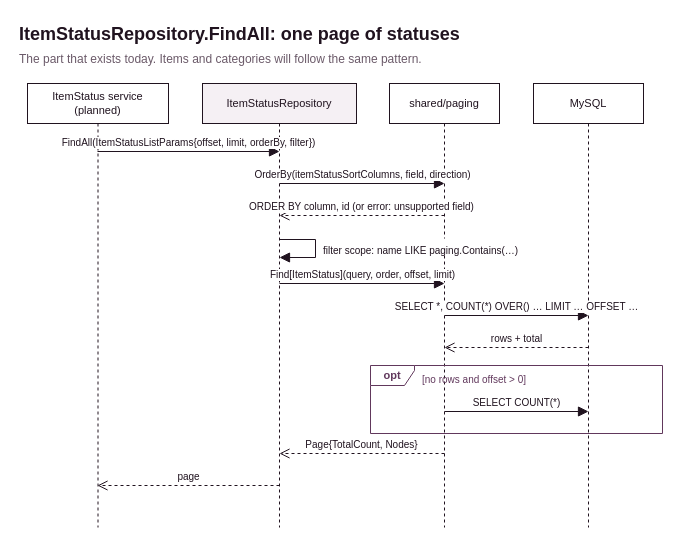
The draw.io diagram page "List item statuses" (5 of 5) of services/item-service/docs/item-service.drawio in jochem11/inventory-manager, before the edit. Source tidied: cells renumbered, new cells numbered last; positions are measured from the earlier drawing's top-left corner, leaving out a move shared by most shapes. Both pictures are drawn from the tidied source at 100%, with x=0, y=0 at pixel (17, 17).
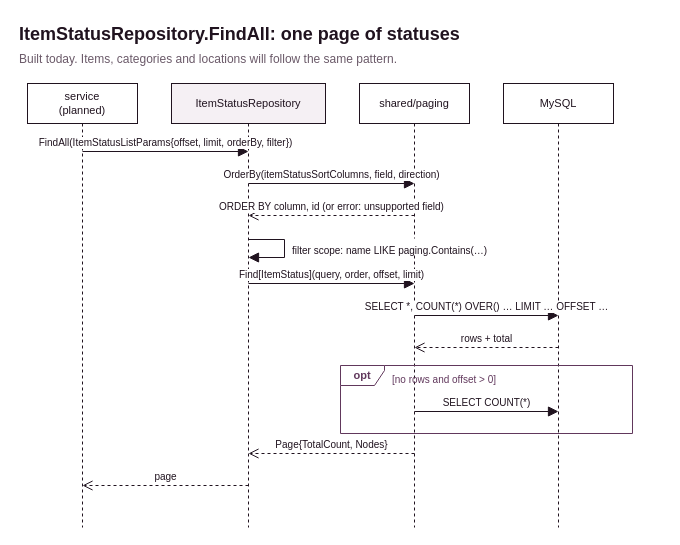
The same page after the edit.

What changed in the source:
```diff
@@
-    <mxCell id="2" value="ItemStatus service&lt;br&gt;(planned)" style="shape=umlLifeline;perimeter=lifelinePerimeter;whiteSpace=wrap;html=1;size=40;fillColor=#ffffff;strokeColor=#20131f;fontSize=11;fontColor=#20131f;fontFamily=Helvetica;" parent="1" vertex="1">
-      <mxGeometry x="10" y="66" width="141" height="444" as="geometry" />
+    <mxCell id="2" value="service&lt;br&gt;(planned)" style="shape=umlLifeline;perimeter=lifelinePerimeter;whiteSpace=wrap;html=1;size=40;fillColor=#ffffff;strokeColor=#20131f;fontSize=11;fontColor=#20131f;fontFamily=Helvetica;" parent="1" vertex="1">
+      <mxGeometry x="10" y="66" width="110" height="444" as="geometry" />
     </mxCell>
     <mxCell id="3" value="ItemStatusRepository" style="shape=umlLifeline;perimeter=lifelinePerimeter;whiteSpace=wrap;html=1;size=40;fillColor=#f5f0f4;strokeColor=#20131f;fontSize=11;fontColor=#20131f;fontFamily=Helvetica;" parent="1" vertex="1">
-      <mxGeometry x="185" y="66" width="154" height="444" as="geometry" />
+      <mxGeometry x="154" y="66" width="154" height="444" as="geometry" />
     </mxCell>
     <mxCell id="4" value="shared/paging" style="shape=umlLifeline;perimeter=lifelinePerimeter;whiteSpace=wrap;html=1;size=40;fillColor=#ffffff;strokeColor=#20131f;fontSize=11;fontColor=#20131f;fontFamily=Helvetica;" parent="1" vertex="1">
-      <mxGeometry x="372" y="66" width="110" height="444" as="geometry" />
+      <mxGeometry x="342" y="66" width="110" height="444" as="geometry" />
     </mxCell>
     <mxCell id="5" value="MySQL" style="shape=umlLifeline;perimeter=lifelinePerimeter;whiteSpace=wrap;html=1;size=40;fillColor=#ffffff;strokeColor=#20131f;fontSize=11;fontColor=#20131f;fontFamily=Helvetica;" parent="1" vertex="1">
-      <mxGeometry x="516" y="66" width="110" height="444" as="geometry" />
+      <mxGeometry x="486" y="66" width="110" height="444" as="geometry" />
     </mxCell>
     <mxCell id="6" value="opt" style="shape=umlFrame;whiteSpace=wrap;html=1;width=44;height=20;fillColor=none;strokeColor=#61385c;fontSize=11;fontStyle=1;fontColor=#61385c;fontFamily=Helvetica;" parent="1" vertex="1">
-      <mxGeometry x="353" y="348" width="292" height="68" as="geometry" />
+      <mxGeometry x="323" y="348" width="292" height="68" as="geometry" />
     </mxCell>
     <mxCell id="7" value="FindAll(ItemStatusListParams{offset, limit, orderBy, filter})" style="html=1;endArrow=block;endFill=1;endSize=8;rounded=0;fontSize=10;strokeColor=#20131f;fontColor=#20131f;labelBackgroundColor=#ffffff;verticalAlign=bottom;fontFamily=Helvetica;" parent="1" edge="1">
       <mxGeometry relative="1" as="geometry">
-        <mxPoint x="80" y="134" as="sourcePoint" />
-        <mxPoint x="262" y="134" as="targetPoint" />
+        <mxPoint x="65" y="134" as="sourcePoint" />
+        <mxPoint x="231" y="134" as="targetPoint" />
       </mxGeometry>
     </mxCell>
     <mxCell id="8" value="OrderBy(itemStatusSortColumns, field, direction)" style="html=1;endArrow=block;endFill=1;endSize=8;rounded=0;fontSize=10;strokeColor=#20131f;fontColor=#20131f;labelBackgroundColor=#ffffff;verticalAlign=bottom;fontFamily=Helvetica;" parent="1" edge="1">
       <mxGeometry relative="1" as="geometry">
-        <mxPoint x="262" y="166" as="sourcePoint" />
-        <mxPoint x="427" y="166" as="targetPoint" />
+        <mxPoint x="231" y="166" as="sourcePoint" />
+        <mxPoint x="397" y="166" as="targetPoint" />
       </mxGeometry>
     </mxCell>
     <mxCell id="9" value="ORDER BY column, id  (or error: unsupported field)" style="html=1;endArrow=open;endSize=8;dashed=1;rounded=0;fontSize=10;strokeColor=#20131f;fontColor=#20131f;labelBackgroundColor=#ffffff;verticalAlign=bottom;fontFamily=Helvetica;" parent="1" edge="1">
       <mxGeometry relative="1" as="geometry">
-        <mxPoint x="427" y="198" as="sourcePoint" />
-        <mxPoint x="262" y="198" as="targetPoint" />
+        <mxPoint x="397" y="198" as="sourcePoint" />
+        <mxPoint x="231" y="198" as="targetPoint" />
       </mxGeometry>
     </mxCell>
     <mxCell id="10" style="html=1;endArrow=block;endFill=1;endSize=8;rounded=0;fontSize=10;strokeColor=#20131f;fontColor=#20131f;labelBackgroundColor=#ffffff;fontFamily=Helvetica;" parent="1" edge="1">
       <mxGeometry relative="1" as="geometry">
-        <mxPoint x="262" y="222" as="sourcePoint" />
-        <mxPoint x="262" y="240" as="targetPoint" />
+        <mxPoint x="231" y="222" as="sourcePoint" />
+        <mxPoint x="231" y="240" as="targetPoint" />
         <Array as="points">
-          <mxPoint x="298" y="222" />
-          <mxPoint x="298" y="240" />
+          <mxPoint x="267" y="222" />
+          <mxPoint x="267" y="240" />
         </Array>
       </mxGeometry>
     </mxCell>
     <mxCell id="11" value="Find[ItemStatus](query, order, offset, limit)" style="html=1;endArrow=block;endFill=1;endSize=8;rounded=0;fontSize=10;strokeColor=#20131f;fontColor=#20131f;labelBackgroundColor=#ffffff;verticalAlign=bottom;fontFamily=Helvetica;" parent="1" edge="1">
       <mxGeometry relative="1" as="geometry">
-        <mxPoint x="262" y="266" as="sourcePoint" />
-        <mxPoint x="427" y="266" as="targetPoint" />
+        <mxPoint x="231" y="266" as="sourcePoint" />
+        <mxPoint x="397" y="266" as="targetPoint" />
       </mxGeometry>
     </mxCell>
     <mxCell id="12" value="SELECT *, COUNT(*) OVER() … LIMIT … OFFSET …" style="html=1;endArrow=block;endFill=1;endSize=8;rounded=0;fontSize=10;strokeColor=#20131f;fontColor=#20131f;labelBackgroundColor=#ffffff;verticalAlign=bottom;fontFamily=Helvetica;" parent="1" edge="1">
       <mxGeometry relative="1" as="geometry">
-        <mxPoint x="427" y="298" as="sourcePoint" />
-        <mxPoint x="571" y="298" as="targetPoint" />
+        <mxPoint x="397" y="298" as="sourcePoint" />
+        <mxPoint x="541" y="298" as="targetPoint" />
       </mxGeometry>
     </mxCell>
     <mxCell id="13" value="rows + total" style="html=1;endArrow=open;endSize=8;dashed=1;rounded=0;fontSize=10;strokeColor=#20131f;fontColor=#20131f;labelBackgroundColor=#ffffff;verticalAlign=bottom;fontFamily=Helvetica;" parent="1" edge="1">
       <mxGeometry relative="1" as="geometry">
-        <mxPoint x="571" y="330" as="sourcePoint" />
-        <mxPoint x="427" y="330" as="targetPoint" />
+        <mxPoint x="541" y="330" as="sourcePoint" />
+        <mxPoint x="397" y="330" as="targetPoint" />
       </mxGeometry>
     </mxCell>
     <mxCell id="14" value="SELECT COUNT(*)" style="html=1;endArrow=block;endFill=1;endSize=8;rounded=0;fontSize=10;strokeColor=#20131f;fontColor=#20131f;labelBackgroundColor=#ffffff;verticalAlign=bottom;fontFamily=Helvetica;" parent="1" edge="1">
       <mxGeometry relative="1" as="geometry">
-        <mxPoint x="427" y="394" as="sourcePoint" />
-        <mxPoint x="571" y="394" as="targetPoint" />
+        <mxPoint x="397" y="394" as="sourcePoint" />
+        <mxPoint x="541" y="394" as="targetPoint" />
       </mxGeometry>
     </mxCell>
     <mxCell id="15" value="Page{TotalCount, Nodes}" style="html=1;endArrow=open;endSize=8;dashed=1;rounded=0;fontSize=10;strokeColor=#20131f;fontColor=#20131f;labelBackgroundColor=#ffffff;verticalAlign=bottom;fontFamily=Helvetica;" parent="1" edge="1">
       <mxGeometry relative="1" as="geometry">
-        <mxPoint x="427" y="436" as="sourcePoint" />
-        <mxPoint x="262" y="436" as="targetPoint" />
+        <mxPoint x="397" y="436" as="sourcePoint" />
+        <mxPoint x="231" y="436" as="targetPoint" />
       </mxGeometry>
     </mxCell>
     <mxCell id="16" value="page" style="html=1;endArrow=open;endSize=8;dashed=1;rounded=0;fontSize=10;strokeColor=#20131f;fontColor=#20131f;labelBackgroundColor=#ffffff;verticalAlign=bottom;fontFamily=Helvetica;" parent="1" edge="1">
       <mxGeometry relative="1" as="geometry">
-        <mxPoint x="262" y="468" as="sourcePoint" />
-        <mxPoint x="80" y="468" as="targetPoint" />
+        <mxPoint x="231" y="468" as="sourcePoint" />
+        <mxPoint x="65" y="468" as="targetPoint" />
       </mxGeometry>
     </mxCell>
@@
-    <mxCell id="18" value="The part that exists today. Items and categories will follow the same pattern." style="text;html=1;whiteSpace=wrap;align=left;verticalAlign=top;fontSize=12;fontColor=#6b5a69;fontFamily=Helvetica;" parent="1" vertex="1">
-      <mxGeometry y="28" width="559" height="20" as="geometry" />
+    <mxCell id="18" value="Built today. Items, categories and locations will follow the same pattern." style="text;html=1;whiteSpace=wrap;align=left;verticalAlign=top;fontSize=12;fontColor=#6b5a69;fontFamily=Helvetica;" parent="1" vertex="1">
+      <mxGeometry y="28" width="531" height="20" as="geometry" />
     </mxCell>
     <mxCell id="19" value="filter scope: name LIKE paging.Contains(…)" style="text;html=1;whiteSpace=wrap;align=left;verticalAlign=top;fontSize=10;fontColor=#20131f;fillColor=#ffffff;fontFamily=Helvetica;" parent="1" vertex="1">
-      <mxGeometry x="304" y="221" width="260" height="16" as="geometry" />
+      <mxGeometry x="273" y="221" width="260" height="16" as="geometry" />
     </mxCell>
     <mxCell id="20" value="[no rows and offset &amp;gt; 0]" style="text;html=1;whiteSpace=wrap;align=left;verticalAlign=top;fontSize=10;fontColor=#61385c;fontFamily=Helvetica;" parent="1" vertex="1">
-      <mxGeometry x="403" y="350" width="238" height="16" as="geometry" />
+      <mxGeometry x="373" y="350" width="238" height="16" as="geometry" />
     </mxCell>
```
